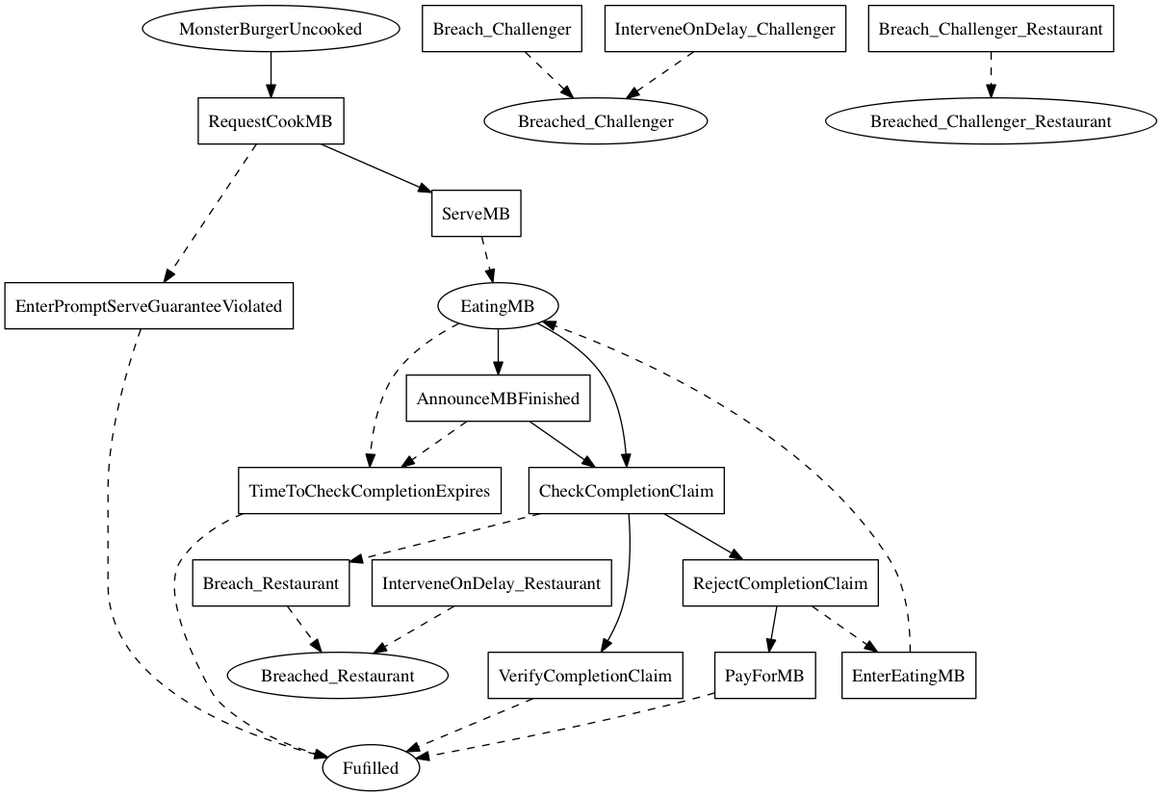
Above: linear_state_machine_language/pyL4/examples/out_graphviz/toy_and_teaching/monster_burger_program_only.png in Marcao02/complaw-deeptech (Graphviz), before the change. Its source is kept beside it as linear_state_machine_language/pyL4/examples/out_graphviz/toy_and_teaching/monster_burger_program_only.dot.
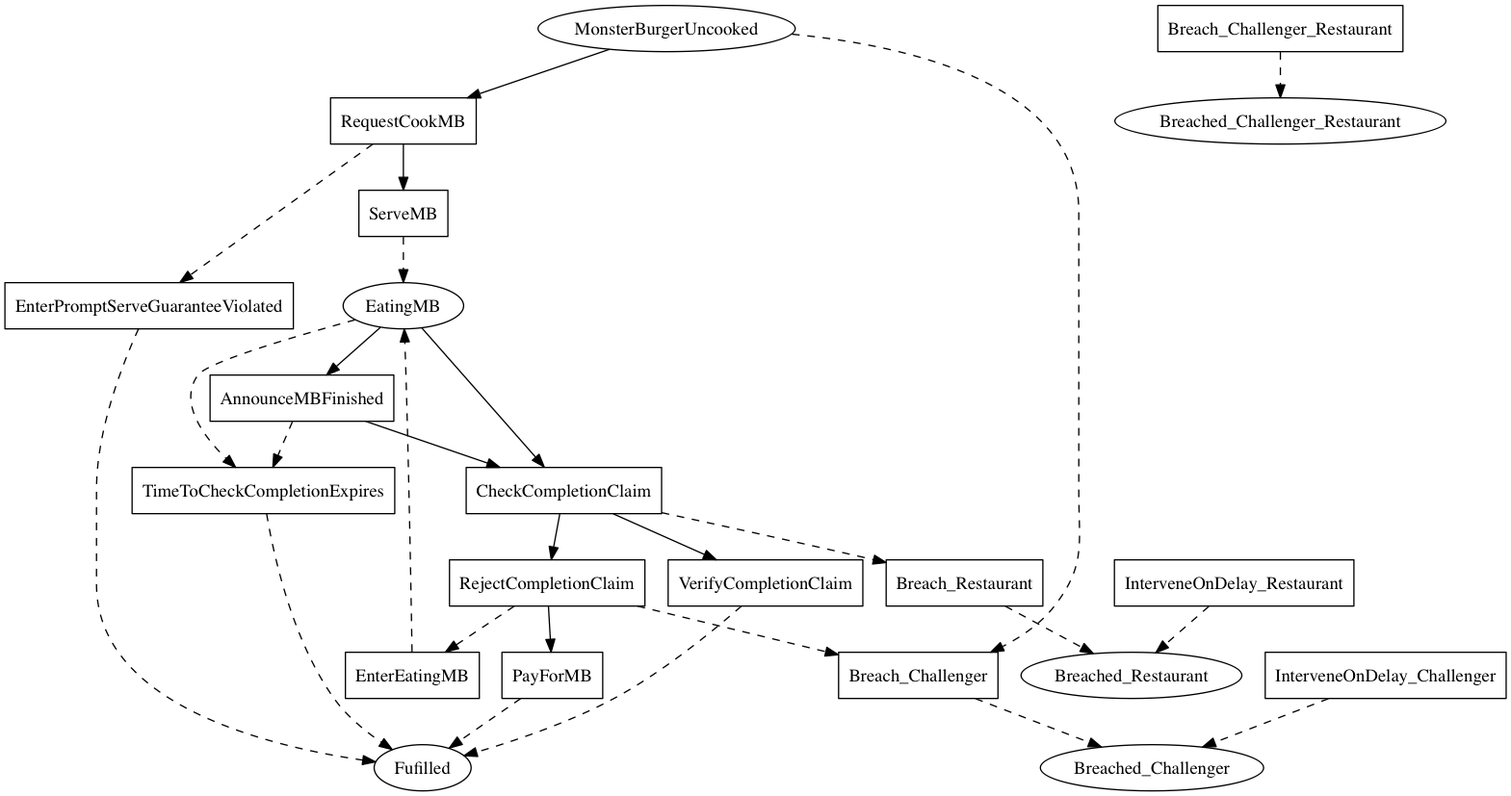
The same file after the commit.

What changed in the source:
```diff
@@ -27,6 +27,7 @@
 
 
     MonsterBurgerUncooked -> RequestCookMB;
+	MonsterBurgerUncooked -> Breach_Challenger [style=dashed];
 	RequestCookMB -> ServeMB;
 	RequestCookMB -> EnterPromptServeGuaranteeViolated [style=dashed];
 	EatingMB -> AnnounceMBFinished;
@@ -38,7 +39,8 @@
 	CheckCompletionClaim -> RejectCompletionClaim;
 	CheckCompletionClaim -> Breach_Restaurant [style=dashed];
 	RejectCompletionClaim -> EnterEatingMB [style=dashed];
-	RejectCompletionClaim -> PayForMB
+	RejectCompletionClaim -> PayForMB;
+	RejectCompletionClaim -> Breach_Challenger [style=dashed]
 
     ServeMB -> EatingMB [style=dashed];
 	EnterPromptServeGuaranteeViolated -> Fulfilled [style=dashed];
```
